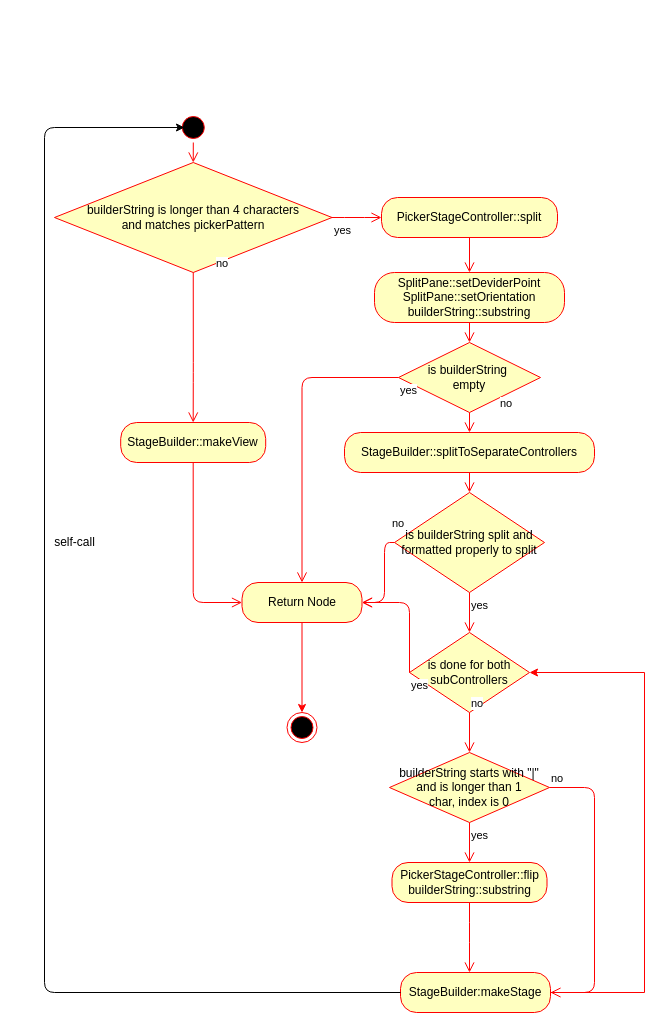
This is page "makeStage" (4 of 5) of UML/PickerStageUML.drawio from Eperty123/ArlaEksamen, a draw.io file, before an edit. Source tidied: cells renumbered, new cells numbered last; positions are measured from the earlier drawing's top-left corner, leaving out a move shared by most shapes. Both pictures are drawn from the tidied source at 100%, with x=0, y=0 at pixel (44, 112).
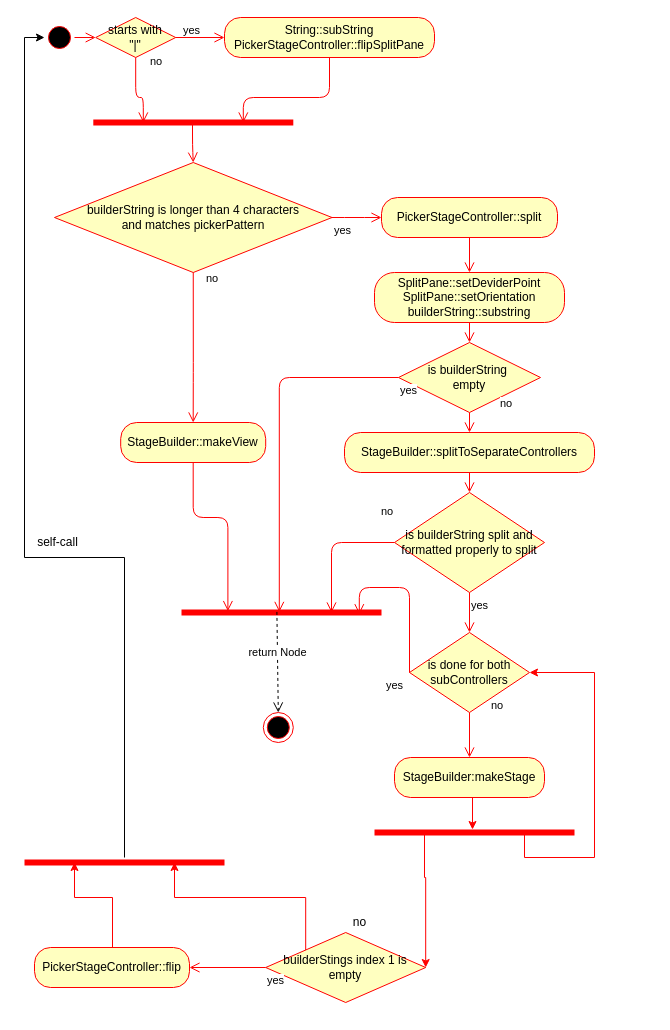
The same page after the edit.

Unchanged cells that the change refers to:
```xml
<mxCell id="4" value="builderString is longer than 4 characters&lt;br&gt;and matches pickerPattern" style="rhombus;whiteSpace=wrap;html=1;fillColor=#ffffc0;strokeColor=#ff0000;" parent="1" vertex="1">
  <mxGeometry x="10" y="50" width="277.5" height="110" as="geometry" />
</mxCell>
<mxCell id="9" value="StageBuilder::makeView" style="rounded=1;whiteSpace=wrap;html=1;arcSize=40;fontColor=#000000;fillColor=#ffffc0;strokeColor=#ff0000;" parent="1" vertex="1">
  <mxGeometry x="76.2" y="310" width="145" height="40" as="geometry" />
</mxCell>
<mxCell id="13" value="is builderString&amp;nbsp;&lt;br&gt;empty" style="rhombus;whiteSpace=wrap;html=1;fillColor=#ffffc0;strokeColor=#ff0000;" parent="1" vertex="1">
  <mxGeometry x="354" y="230" width="142" height="70" as="geometry" />
</mxCell>
<mxCell id="21" value="is builderString split and formatted properly to split" style="rhombus;whiteSpace=wrap;html=1;fillColor=#ffffc0;strokeColor=#ff0000;" parent="1" vertex="1">
  <mxGeometry x="350" y="380" width="150" height="100" as="geometry" />
</mxCell>
<mxCell id="24" value="is done for both subControllers" style="rhombus;whiteSpace=wrap;html=1;fillColor=#ffffc0;strokeColor=#ff0000;" parent="1" vertex="1">
  <mxGeometry x="365" y="520" width="120" height="80" as="geometry" />
</mxCell>
```

What changed in the source:
```diff
@@
     <mxCell id="2" style="ellipse;html=1;shape=startState;fillColor=#000000;strokeColor=#ff0000;" parent="1" vertex="1">
-      <mxGeometry x="133.8" width="30" height="30" as="geometry" />
+      <mxGeometry y="-90" width="30" height="30" as="geometry" />
     </mxCell>
-    <mxCell id="3" style="edgeStyle=orthogonalEdgeStyle;html=1;verticalAlign=bottom;endArrow=open;endSize=8;strokeColor=#ff0000;entryX=0.5;entryY=0;entryDx=0;entryDy=0;" parent="1" edge="1" source="2" target="4">
-      <mxGeometry relative="1" as="geometry" />
+    <mxCell id="3" style="edgeStyle=orthogonalEdgeStyle;html=1;verticalAlign=bottom;endArrow=open;endSize=8;strokeColor=#ff0000;entryX=0;entryY=0.5;entryDx=0;entryDy=0;" parent="1" edge="1" source="2" target="38">
+      <mxGeometry relative="1" as="geometry">
+        <Array as="points">
+          <mxPoint x="51" y="-75" />
+          <mxPoint x="51" y="-75" />
+        </Array>
+      </mxGeometry>
     </mxCell>
@@
     <mxCell id="5" value="no" style="edgeStyle=orthogonalEdgeStyle;html=1;align=left;verticalAlign=bottom;endArrow=open;endSize=8;strokeColor=#ff0000;entryX=0.5;entryY=0;entryDx=0;entryDy=0;exitX=0.5;exitY=1;exitDx=0;exitDy=0;" parent="1" edge="1" source="4" target="9">
-      <mxGeometry x="-1" y="21" relative="1" as="geometry">
+      <mxGeometry x="-0.8" y="11" relative="1" as="geometry">
         <Array as="points">
           <mxPoint x="149" y="260" />
           <mxPoint x="149" y="260" />
         </Array>
       </mxGeometry>
     </mxCell>
@@
-    <mxCell id="10" style="edgeStyle=orthogonalEdgeStyle;html=1;verticalAlign=bottom;endArrow=open;endSize=8;strokeColor=#ff0000;entryX=0;entryY=0.5;entryDx=0;entryDy=0;" parent="1" edge="1" source="9" target="17">
+    <mxCell id="10" style="edgeStyle=orthogonalEdgeStyle;html=1;verticalAlign=bottom;endArrow=open;endSize=8;strokeColor=#ff0000;entryX=0.232;entryY=0.357;entryDx=0;entryDy=0;entryPerimeter=0;" parent="1" edge="1" source="9" target="51">
       <mxGeometry relative="1" as="geometry">
         <Array as="points">
-          <mxPoint x="149" y="490" />
+          <mxPoint x="149" y="405" />
+          <mxPoint x="183" y="405" />
+          <mxPoint x="183" y="499" />
         </Array>
       </mxGeometry>
     </mxCell>
@@
-    <mxCell id="15" value="yes" style="edgeStyle=orthogonalEdgeStyle;html=1;align=left;verticalAlign=top;endArrow=open;endSize=8;strokeColor=#ff0000;" parent="1" edge="1" source="13" target="17">
-      <mxGeometry x="-1" relative="1" as="geometry" />
+    <mxCell id="15" value="yes" style="edgeStyle=orthogonalEdgeStyle;html=1;align=left;verticalAlign=top;endArrow=open;endSize=8;strokeColor=#ff0000;entryX=0.489;entryY=0.443;entryDx=0;entryDy=0;entryPerimeter=0;" parent="1" edge="1" source="13" target="51">
+      <mxGeometry x="-1" relative="1" as="geometry">
+        <Array as="points">
+          <mxPoint x="235" y="265" />
+        </Array>
+      </mxGeometry>
     </mxCell>
-    <mxCell id="16" style="edgeStyle=orthogonalEdgeStyle;rounded=0;jettySize=auto;html=1;exitX=0.5;exitY=1;exitDx=0;exitDy=0;strokeColor=#ff0000;" parent="1" edge="1" source="17" target="18">
-      <mxGeometry relative="1" as="geometry" />
-    </mxCell>
-    <mxCell id="17" value="Return Node" style="rounded=1;whiteSpace=wrap;html=1;arcSize=40;fontColor=#000000;fillColor=#ffffc0;strokeColor=#ff0000;" parent="1" vertex="1">
-      <mxGeometry x="197.5" y="470" width="120" height="40" as="geometry" />
-    </mxCell>
     <mxCell id="18" style="ellipse;html=1;shape=endState;fillColor=#000000;strokeColor=#ff0000;" parent="1" vertex="1">
-      <mxGeometry x="242.5" y="600" width="30" height="30" as="geometry" />
+      <mxGeometry x="218.8" y="600" width="30" height="30" as="geometry" />
     </mxCell>
@@
-    <mxCell id="22" value="no" style="edgeStyle=orthogonalEdgeStyle;html=1;align=left;verticalAlign=bottom;endArrow=open;endSize=8;strokeColor=#ff0000;entryX=1;entryY=0.5;entryDx=0;entryDy=0;" parent="1" edge="1" source="21" target="17">
-      <mxGeometry x="-0.92" y="-10" relative="1" as="geometry">
+    <mxCell id="22" value="no" style="edgeStyle=orthogonalEdgeStyle;html=1;align=left;verticalAlign=bottom;endArrow=open;endSize=8;strokeColor=#ff0000;entryX=0.75;entryY=0.5;entryDx=0;entryDy=0;entryPerimeter=0;" parent="1" edge="1" source="21" target="51">
+      <mxGeometry x="-0.78" y="-22" relative="1" as="geometry">
         <Array as="points">
-          <mxPoint x="340" y="430" />
-          <mxPoint x="340" y="490" />
+          <mxPoint x="287" y="430" />
         </Array>
       </mxGeometry>
     </mxCell>
@@
-    <mxCell id="25" value="no" style="edgeStyle=orthogonalEdgeStyle;html=1;align=left;verticalAlign=bottom;endArrow=open;endSize=8;strokeColor=#ff0000;" parent="1" edge="1" source="24" target="27">
-      <mxGeometry x="-1" relative="1" as="geometry" />
+    <mxCell id="25" value="no" style="edgeStyle=orthogonalEdgeStyle;html=1;align=left;verticalAlign=bottom;endArrow=open;endSize=8;strokeColor=#ff0000;entryX=0.5;entryY=0;entryDx=0;entryDy=0;exitX=0.5;exitY=1;exitDx=0;exitDy=0;" parent="1" edge="1" source="24" target="33">
+      <mxGeometry x="-0.9" y="20" relative="1" as="geometry" />
     </mxCell>
-    <mxCell id="26" value="yes" style="edgeStyle=orthogonalEdgeStyle;html=1;align=left;verticalAlign=top;endArrow=open;endSize=8;strokeColor=#ff0000;exitX=0;exitY=0.5;exitDx=0;exitDy=0;" parent="1" edge="1" source="24" target="17">
-      <mxGeometry x="-1" relative="1" as="geometry">
+    <mxCell id="26" value="yes" style="edgeStyle=orthogonalEdgeStyle;html=1;align=left;verticalAlign=top;endArrow=open;endSize=8;strokeColor=#ff0000;exitX=0;exitY=0.5;exitDx=0;exitDy=0;entryX=0.889;entryY=0.671;entryDx=0;entryDy=0;entryPerimeter=0;" parent="1" edge="1" source="24" target="51">
+      <mxGeometry x="-1" y="25" relative="1" as="geometry">
         <Array as="points">
-          <mxPoint x="365" y="490" />
+          <mxPoint x="365" y="475" />
+          <mxPoint x="315" y="475" />
         </Array>
       </mxGeometry>
     </mxCell>
+    <mxCell id="36" style="edgeStyle=orthogonalEdgeStyle;rounded=0;jettySize=auto;html=1;strokeColor=#ff0000;exitX=0.25;exitY=0.5;exitDx=0;exitDy=0;entryX=0.75;entryY=0.5;entryDx=0;entryDy=0;exitPerimeter=0;entryPerimeter=0;" parent="1" edge="1" source="27" target="50">
+      <mxGeometry relative="1" as="geometry">
+        <Array as="points">
+          <mxPoint x="261" y="785" />
+          <mxPoint x="130" y="785" />
+        </Array>
+      </mxGeometry>
+    </mxCell>
-    <mxCell id="27" value="builderString starts with &quot;|&quot;&lt;br&gt;and is longer than 1&lt;br&gt;char, index is 0" style="rhombus;whiteSpace=wrap;html=1;fillColor=#ffffc0;strokeColor=#ff0000;" parent="1" vertex="1">
-      <mxGeometry x="345" y="640" width="160" height="70" as="geometry" />
+    <mxCell id="27" value="builderStings index 1 is empty" style="rhombus;whiteSpace=wrap;html=1;fillColor=#ffffc0;strokeColor=#ff0000;" parent="1" vertex="1">
+      <mxGeometry x="221.2" y="820" width="160" height="70" as="geometry" />
     </mxCell>
-    <mxCell id="28" value="no" style="edgeStyle=orthogonalEdgeStyle;html=1;align=left;verticalAlign=bottom;endArrow=open;endSize=8;strokeColor=#ff0000;" parent="1" edge="1" source="27" target="33">
-      <mxGeometry x="-1" relative="1" as="geometry">
-        <Array as="points">
-          <mxPoint x="550" y="675" />
-          <mxPoint x="550" y="880" />
-        </Array>
-      </mxGeometry>
-    </mxCell>
-    <mxCell id="29" value="yes" style="edgeStyle=orthogonalEdgeStyle;html=1;align=left;verticalAlign=top;endArrow=open;endSize=8;strokeColor=#ff0000;" parent="1" edge="1" source="27" target="30">
+    <mxCell id="29" value="yes" style="edgeStyle=orthogonalEdgeStyle;html=1;align=left;verticalAlign=top;endArrow=open;endSize=8;strokeColor=#ff0000;exitX=0;exitY=0.5;exitDx=0;exitDy=0;" parent="1" edge="1" source="27" target="30">
       <mxGeometry x="-1" relative="1" as="geometry" />
     </mxCell>
+    <mxCell id="37" style="edgeStyle=orthogonalEdgeStyle;rounded=0;jettySize=auto;html=1;strokeColor=#ff0000;exitX=0.25;exitY=0.5;exitDx=0;exitDy=0;entryX=0.25;entryY=0.5;entryDx=0;entryDy=0;exitPerimeter=0;entryPerimeter=0;" parent="1" edge="1" source="30" target="50">
+      <mxGeometry relative="1" as="geometry">
+        <Array as="points">
+          <mxPoint x="68" y="855" />
+          <mxPoint x="68" y="785" />
+          <mxPoint x="30" y="785" />
+        </Array>
+      </mxGeometry>
+    </mxCell>
-    <mxCell id="30" value="PickerStageController::flip&lt;br&gt;builderString::substring" style="rounded=1;whiteSpace=wrap;html=1;arcSize=40;fontColor=#000000;fillColor=#ffffc0;strokeColor=#ff0000;" parent="1" vertex="1">
-      <mxGeometry x="347.5" y="750" width="155" height="40" as="geometry" />
+    <mxCell id="30" value="PickerStageController::flip" style="rounded=1;whiteSpace=wrap;html=1;arcSize=40;fontColor=#000000;fillColor=#ffffc0;strokeColor=#ff0000;" parent="1" vertex="1">
+      <mxGeometry x="-10" y="835" width="155" height="40" as="geometry" />
     </mxCell>
-    <mxCell id="31" style="edgeStyle=orthogonalEdgeStyle;html=1;verticalAlign=bottom;endArrow=open;endSize=8;strokeColor=#ff0000;" parent="1" edge="1" source="30" target="33">
-      <mxGeometry relative="1" as="geometry">
-        <Array as="points">
-          <mxPoint x="425" y="820" />
-          <mxPoint x="425" y="820" />
-        </Array>
-      </mxGeometry>
-    </mxCell>
-    <mxCell id="32" style="edgeStyle=orthogonalEdgeStyle;rounded=0;jettySize=auto;html=1;strokeColor=#ff0000;" parent="1" edge="1" source="33" target="24">
+    <mxCell id="32" style="edgeStyle=orthogonalEdgeStyle;rounded=0;jettySize=auto;html=1;strokeColor=#ff0000;entryX=1;entryY=0.5;entryDx=0;entryDy=0;exitX=0.75;exitY=0.5;exitDx=0;exitDy=0;exitPerimeter=0;" parent="1" edge="1" source="45" target="24">
       <mxGeometry relative="1" as="geometry">
         <Array as="points">
-          <mxPoint x="600" y="880" />
-          <mxPoint x="600" y="560" />
+          <mxPoint x="480" y="745" />
+          <mxPoint x="550" y="745" />
+          <mxPoint x="550" y="560" />
         </Array>
       </mxGeometry>
     </mxCell>
     <mxCell id="33" value="StageBuilder:makeStage" style="rounded=1;whiteSpace=wrap;html=1;arcSize=40;fontColor=#000000;fillColor=#ffffc0;strokeColor=#ff0000;" parent="1" vertex="1">
-      <mxGeometry x="356" y="860" width="150" height="40" as="geometry" />
+      <mxGeometry x="350" y="645" width="150" height="40" as="geometry" />
     </mxCell>
-    <mxCell id="34" style="endArrow=classic;html=1;exitX=0;exitY=0.5;exitDx=0;exitDy=0;" parent="1" edge="1" source="33">
-      <mxGeometry relative="1" as="geometry">
-        <mxPoint x="140" y="15" as="targetPoint" />
-        <Array as="points">
-          <mxPoint y="880" />
-          <mxPoint y="15" />
-        </Array>
-      </mxGeometry>
-    </mxCell>
     <mxCell id="35" value="self-call" style="text;html=1;align=center;verticalAlign=middle;" parent="1" vertex="1">
-      <mxGeometry y="420" width="60" height="20" as="geometry" />
+      <mxGeometry x="-17.5" y="420" width="60" height="20" as="geometry" />
     </mxCell>
+    <mxCell id="38" value="starts with&lt;br&gt;&quot;|&quot;" style="rhombus;whiteSpace=wrap;html=1;fillColor=#ffffc0;strokeColor=#ff0000;" parent="1" vertex="1">
+      <mxGeometry x="51.2" y="-95" width="80" height="40" as="geometry" />
+    </mxCell>
+    <mxCell id="39" value="no" style="edgeStyle=orthogonalEdgeStyle;html=1;align=left;verticalAlign=bottom;endArrow=open;endSize=8;strokeColor=#ff0000;entryX=0.25;entryY=0.5;entryDx=0;entryDy=0;entryPerimeter=0;" parent="1" edge="1" source="38" target="47">
+      <mxGeometry x="-0.64" y="13" relative="1" as="geometry">
+        <Array as="points">
+          <mxPoint x="91" y="-15" />
+          <mxPoint x="99" y="-15" />
+        </Array>
+      </mxGeometry>
+    </mxCell>
+    <mxCell id="40" value="yes" style="edgeStyle=orthogonalEdgeStyle;html=1;align=left;verticalAlign=top;endArrow=open;endSize=8;strokeColor=#ff0000;" parent="1" edge="1" source="38" target="42">
+      <mxGeometry x="-0.77" y="20" relative="1" as="geometry">
+        <Array as="points">
+          <mxPoint x="190" y="-75" />
+          <mxPoint x="190" y="-90" />
+        </Array>
+      </mxGeometry>
+    </mxCell>
+    <mxCell id="41" style="edgeStyle=orthogonalEdgeStyle;html=1;align=left;verticalAlign=bottom;endArrow=open;endSize=8;strokeColor=#ff0000;entryX=0.75;entryY=0.5;entryDx=0;entryDy=0;entryPerimeter=0;" parent="1" edge="1" source="42" target="47">
+      <mxGeometry relative="1" as="geometry">
+        <Array as="points">
+          <mxPoint x="285" y="-15" />
+          <mxPoint x="199" y="-15" />
+        </Array>
+      </mxGeometry>
+    </mxCell>
+    <mxCell id="42" value="String::subString&lt;br&gt;PickerStageController::flipSplitPane" style="rounded=1;whiteSpace=wrap;html=1;arcSize=40;fontColor=#000000;fillColor=#ffffc0;strokeColor=#ff0000;" parent="1" vertex="1">
+      <mxGeometry x="180" y="-95" width="210" height="40" as="geometry" />
+    </mxCell>
+    <mxCell id="43" style="edgeStyle=orthogonalEdgeStyle;rounded=0;jettySize=auto;html=1;strokeColor=#ff0000;exitX=0.5;exitY=1;exitDx=0;exitDy=0;entryX=0.49;entryY=0.2;entryDx=0;entryDy=0;entryPerimeter=0;" parent="1" edge="1" source="33" target="45">
+      <mxGeometry relative="1" as="geometry">
+        <Array as="points">
+          <mxPoint x="428" y="685" />
+        </Array>
+      </mxGeometry>
+    </mxCell>
+    <mxCell id="44" value="no" style="text;html=1;align=center;verticalAlign=middle;strokeColor=none;" parent="1" vertex="1">
+      <mxGeometry x="300" y="800" width="30" height="20" as="geometry" />
+    </mxCell>
+    <mxCell id="45" style="shape=line;html=1;strokeWidth=6;strokeColor=#ff0000;" parent="1" vertex="1">
+      <mxGeometry x="330" y="715" width="200" height="10" as="geometry" />
+    </mxCell>
+    <mxCell id="46" style="edgeStyle=orthogonalEdgeStyle;rounded=0;jettySize=auto;html=1;strokeColor=#ff0000;exitX=0.25;exitY=0.5;exitDx=0;exitDy=0;entryX=1;entryY=0.5;entryDx=0;entryDy=0;exitPerimeter=0;" parent="1" edge="1" source="45" target="27">
+      <mxGeometry relative="1" as="geometry">
+        <Array as="points">
+          <mxPoint x="380" y="765" />
+        </Array>
+      </mxGeometry>
+    </mxCell>
+    <mxCell id="47" style="shape=line;html=1;strokeWidth=6;strokeColor=#ff0000;" parent="1" vertex="1">
+      <mxGeometry x="48.8" y="5" width="200" height="10" as="geometry" />
+    </mxCell>
+    <mxCell id="48" style="edgeStyle=orthogonalEdgeStyle;html=1;verticalAlign=bottom;endArrow=open;endSize=8;strokeColor=#ff0000;entryX=0.5;entryY=0;entryDx=0;entryDy=0;exitX=0.496;exitY=0.357;exitDx=0;exitDy=0;exitPerimeter=0;" parent="1" edge="1" source="47" target="4">
+      <mxGeometry relative="1" as="geometry" />
+    </mxCell>
+    <mxCell id="49" style="edgeStyle=orthogonalEdgeStyle;rounded=0;jettySize=auto;html=1;entryX=0;entryY=0.5;entryDx=0;entryDy=0;" parent="1" edge="1" source="50" target="2">
+      <mxGeometry relative="1" as="geometry">
+        <Array as="points">
+          <mxPoint x="80" y="445" />
+          <mxPoint x="-20" y="445" />
+          <mxPoint x="-20" y="-75" />
+        </Array>
+      </mxGeometry>
+    </mxCell>
+    <mxCell id="50" style="shape=line;html=1;strokeWidth=6;strokeColor=#ff0000;" parent="1" vertex="1">
+      <mxGeometry x="-20" y="745" width="200" height="10" as="geometry" />
+    </mxCell>
+    <mxCell id="51" style="shape=line;html=1;strokeWidth=6;strokeColor=#ff0000;" parent="1" vertex="1">
+      <mxGeometry x="137" y="495" width="200" height="10" as="geometry" />
+    </mxCell>
+    <mxCell id="52" value="return Node" style="html=1;verticalAlign=bottom;endArrow=open;dashed=1;endSize=8;entryX=0.5;entryY=0;entryDx=0;entryDy=0;exitX=0.477;exitY=0.443;exitDx=0;exitDy=0;exitPerimeter=0;" parent="1" edge="1" source="51" target="18">
+      <mxGeometry relative="1" as="geometry" />
+    </mxCell>
```
